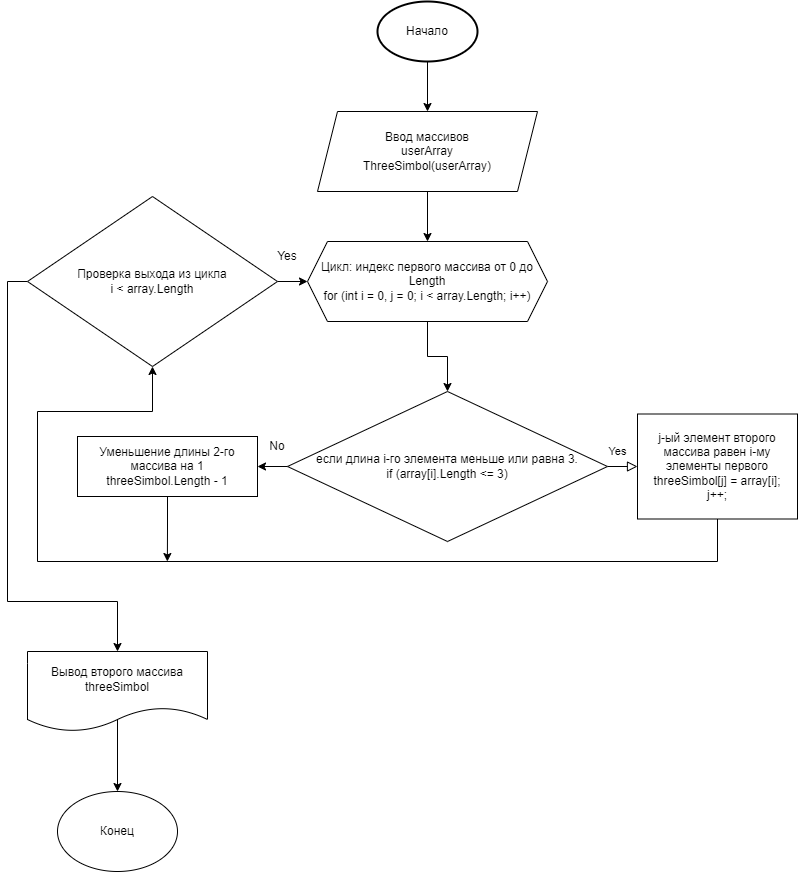
EugeneElistratov/Algorithm_final_hw keeps this draw.io diagram as Algorithm_final_hw.png. Above is the earlier version. Source tidied: cells renumbered, new cells last; positions are measured from the earlier drawing's top-left corner, leaving out a move shared by most shapes.
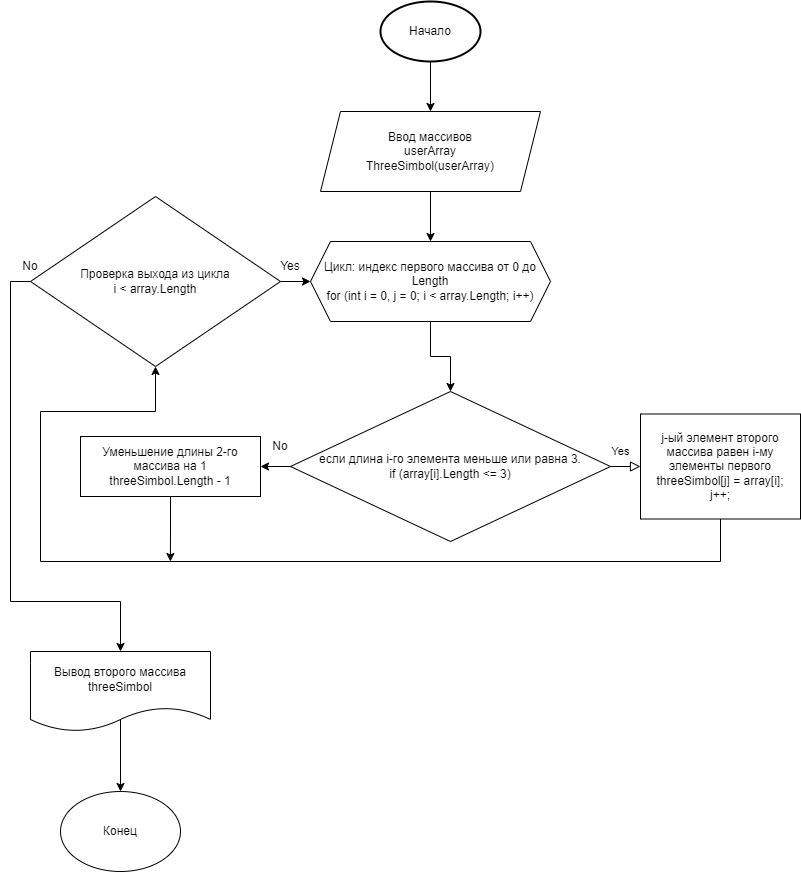
Later version of the same file.

Commit message:
Добавили  файлы с блок-схемой: *.drawio и *.png и исправили

Change to the diagram source:
```diff
@@ -69,7 +69,7 @@
       <mxGeometry x="20" y="195" width="250" height="170" as="geometry" />
     </mxCell>
     <mxCell id="19" value="Yes" style="text;html=1;strokeColor=none;fillColor=none;align=center;verticalAlign=middle;whiteSpace=wrap;rounded=0;" parent="1" vertex="1">
-      <mxGeometry x="250" y="240" width="60" height="30" as="geometry" />
+      <mxGeometry x="250" y="250" width="60" height="30" as="geometry" />
     </mxCell>
     <mxCell id="20" style="edgeStyle=orthogonalEdgeStyle;rounded=0;jettySize=auto;html=1;entryX=0.5;entryY=0;entryDx=0;entryDy=0;" parent="1" edge="1" target="22">
       <mxGeometry relative="1" as="geometry">
@@ -82,5 +82,8 @@
     <mxCell id="22" value="Конец" style="ellipse;whiteSpace=wrap;html=1;" parent="1" vertex="1">
       <mxGeometry x="50" y="790" width="120" height="80" as="geometry" />
     </mxCell>
+    <mxCell id="23" value="No" style="text;html=1;strokeColor=none;fillColor=none;align=center;verticalAlign=middle;whiteSpace=wrap;rounded=0;" parent="1" vertex="1">
+      <mxGeometry x="-10" y="250" width="60" height="30" as="geometry" />
+    </mxCell>
   </root>
 </mxGraphModel>
```
